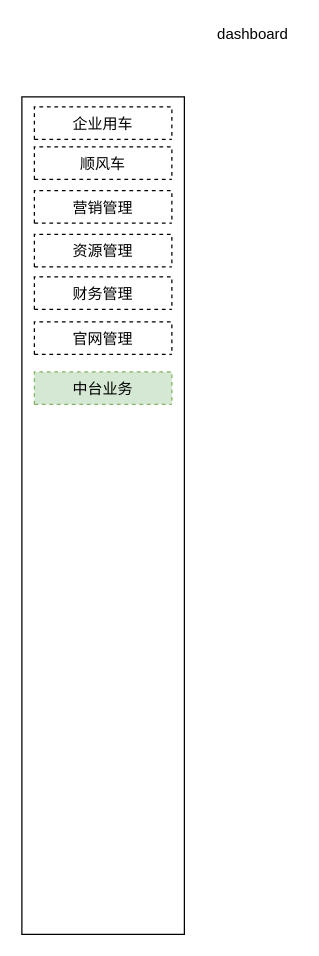
The draw.io diagram micro-admin-menu.drawio in sfyr111/draw, before the edit. Source tidied: cells renumbered, new cells numbered last; positions are measured from the earlier drawing's top-left corner, leaving out a move shared by most shapes. Both pictures are drawn from the tidied source at 125%, with x=0, y=0 at pixel (21, 21).
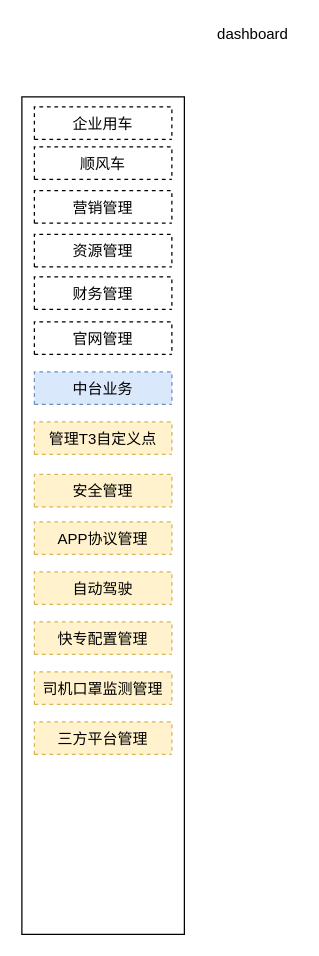
Above is the later version.

Diff of the diagram source:
```diff
@@
 <mxGraphModel background="#ffffff">
   <root>
     <mxCell id="0" />
     <mxCell id="1" parent="0" />
     <mxCell id="2" style="rounded=0;whiteSpace=wrap;html=1;" parent="1" vertex="1">
       <mxGeometry y="60" width="130" height="670" as="geometry" />
     </mxCell>
     <mxCell id="3" value="dashboard" style="text;html=1;strokeColor=none;fillColor=none;align=center;verticalAlign=middle;whiteSpace=wrap;rounded=0;" parent="1" vertex="1">
       <mxGeometry x="150" width="70" height="20" as="geometry" />
     </mxCell>
     <mxCell id="4" value="企业用车" style="swimlane;fontStyle=0;horizontal=1;startSize=26;fillColor=none;dashed=1;" parent="1" vertex="1" collapsed="1">
       <mxGeometry x="10" y="68" width="110" height="26" as="geometry" />
     </mxCell>
     <mxCell id="5" value="顺风车" style="swimlane;fontStyle=0;horizontal=1;startSize=26;fillColor=none;dashed=1;" parent="1" vertex="1" collapsed="1">
       <mxGeometry x="10" y="100" width="110" height="26" as="geometry" />
     </mxCell>
     <mxCell id="6" value="营销管理" style="swimlane;fontStyle=0;horizontal=1;startSize=26;fillColor=none;dashed=1;" parent="1" vertex="1" collapsed="1">
       <mxGeometry x="10" y="135" width="110" height="26" as="geometry" />
     </mxCell>
     <mxCell id="7" value="资源管理" style="swimlane;fontStyle=0;horizontal=1;startSize=26;fillColor=none;dashed=1;" parent="1" vertex="1" collapsed="1">
       <mxGeometry x="10" y="170" width="110" height="26" as="geometry" />
     </mxCell>
     <mxCell id="8" value="财务管理" style="swimlane;fontStyle=0;horizontal=1;startSize=26;fillColor=none;dashed=1;" parent="1" vertex="1" collapsed="1">
       <mxGeometry x="10" y="204" width="110" height="26" as="geometry" />
     </mxCell>
     <mxCell id="9" value="官网管理" style="swimlane;fontStyle=0;horizontal=1;startSize=26;fillColor=none;dashed=1;" parent="1" vertex="1" collapsed="1">
       <mxGeometry x="10" y="240" width="110" height="26" as="geometry" />
     </mxCell>
-    <mxCell id="10" value="中台业务" style="swimlane;fontStyle=0;horizontal=1;startSize=26;fillColor=#d5e8d4;dashed=1;strokeColor=#82b366;" parent="1" vertex="1" collapsed="1">
+    <mxCell id="10" value="中台业务" style="swimlane;fontStyle=0;horizontal=1;startSize=26;fillColor=#dae8fc;dashed=1;strokeColor=#6c8ebf;" parent="1" vertex="1" collapsed="1">
       <mxGeometry x="10" y="280" width="110" height="26" as="geometry" />
     </mxCell>
+    <mxCell id="11" value="管理T3自定义点" style="swimlane;fontStyle=0;horizontal=1;startSize=26;fillColor=#fff2cc;dashed=1;strokeColor=#d6b656;" parent="1" vertex="1" collapsed="1">
+      <mxGeometry x="10" y="320" width="110" height="26" as="geometry" />
+    </mxCell>
+    <mxCell id="12" value="安全管理" style="swimlane;fontStyle=0;horizontal=1;startSize=26;fillColor=#fff2cc;dashed=1;strokeColor=#d6b656;" parent="1" vertex="1" collapsed="1">
+      <mxGeometry x="10" y="362" width="110" height="26" as="geometry" />
+    </mxCell>
+    <mxCell id="13" value="APP协议管理" style="swimlane;fontStyle=0;horizontal=1;startSize=26;fillColor=#fff2cc;dashed=1;strokeColor=#d6b656;" parent="1" vertex="1" collapsed="1">
+      <mxGeometry x="10" y="400" width="110" height="26" as="geometry" />
+    </mxCell>
+    <mxCell id="14" value="自动驾驶" style="swimlane;fontStyle=0;horizontal=1;startSize=26;fillColor=#fff2cc;dashed=1;strokeColor=#d6b656;" parent="1" vertex="1" collapsed="1">
+      <mxGeometry x="10" y="440" width="110" height="26" as="geometry" />
+    </mxCell>
+    <mxCell id="15" value="快专配置管理" style="swimlane;fontStyle=0;horizontal=1;startSize=26;fillColor=#fff2cc;dashed=1;strokeColor=#d6b656;" parent="1" vertex="1" collapsed="1">
+      <mxGeometry x="10" y="480" width="110" height="26" as="geometry" />
+    </mxCell>
+    <mxCell id="16" value="司机口罩监测管理" style="swimlane;fontStyle=0;horizontal=1;startSize=26;fillColor=#fff2cc;dashed=1;strokeColor=#d6b656;" parent="1" vertex="1" collapsed="1">
+      <mxGeometry x="10" y="520" width="110" height="26" as="geometry" />
+    </mxCell>
+    <mxCell id="17" value="三方平台管理" style="swimlane;fontStyle=0;horizontal=1;startSize=26;fillColor=#fff2cc;dashed=1;strokeColor=#d6b656;" parent="1" vertex="1" collapsed="1">
+      <mxGeometry x="10" y="560" width="110" height="26" as="geometry" />
+    </mxCell>
   </root>
 </mxGraphModel>
```
